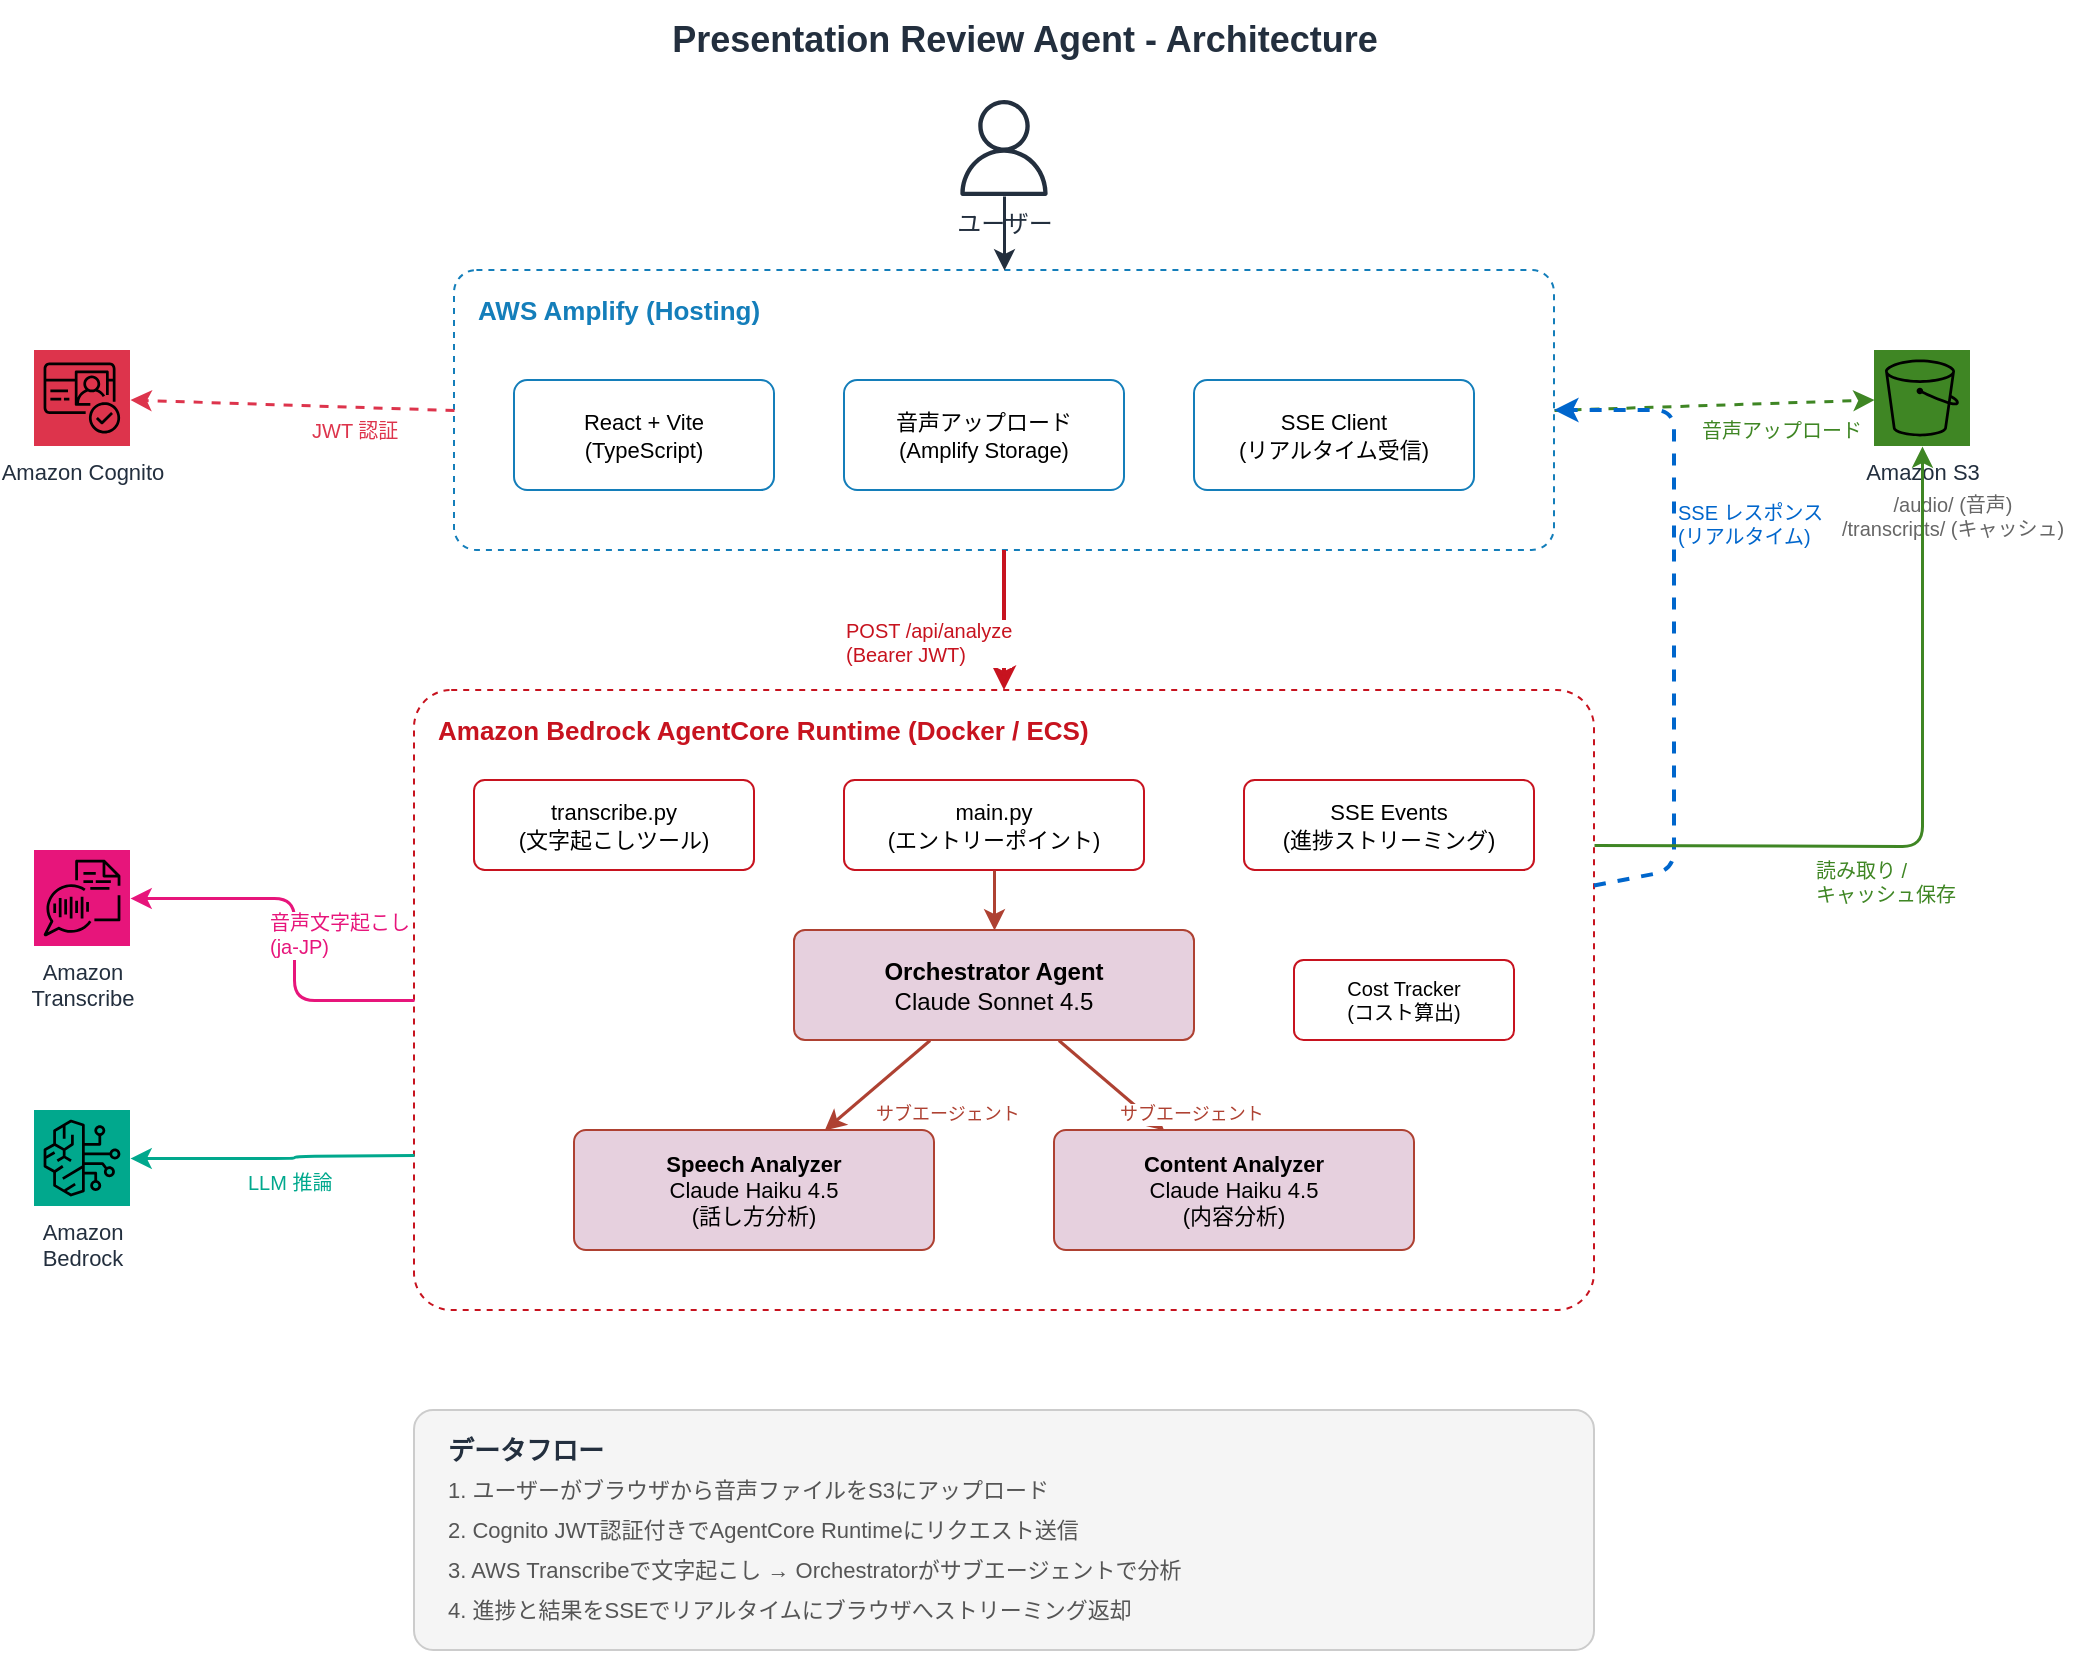
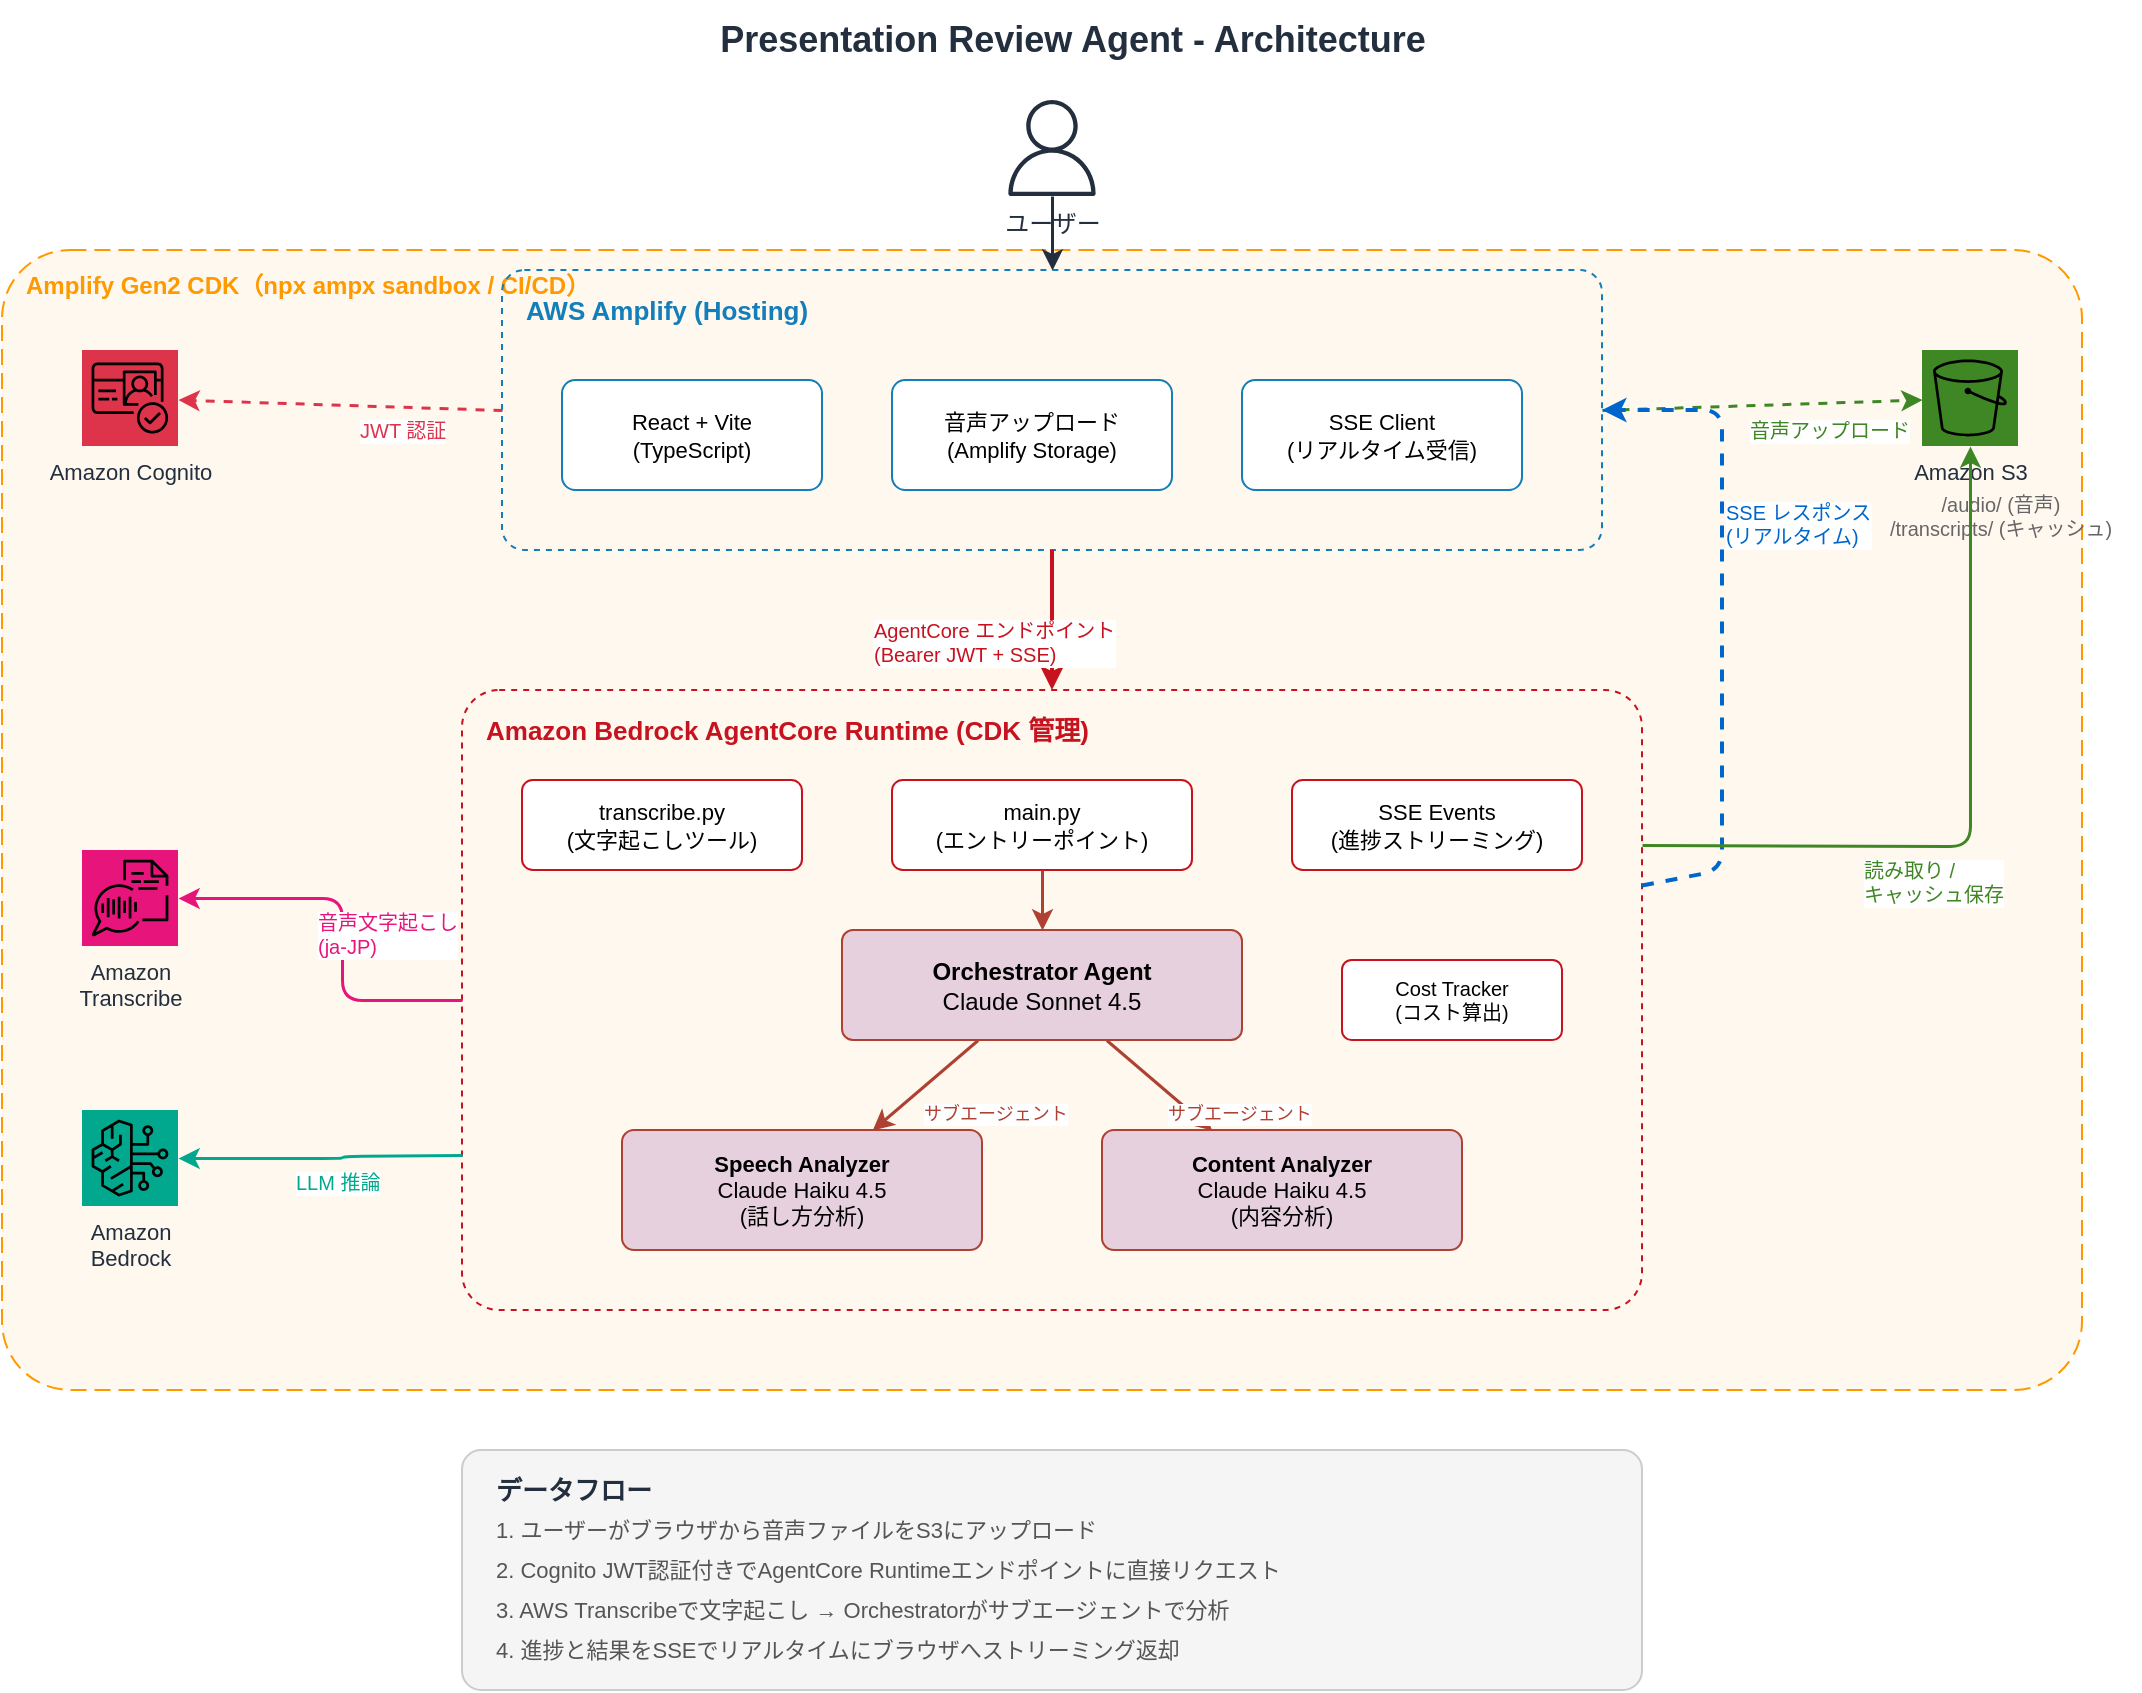
<mxfile host="app.diagrams.net" modified="2026-02-11" agent="Claude Code" version="24.0.0" type="device">
  <diagram id="architecture" name="Architecture">
    <mxGraphModel dx="1400" dy="900" grid="1" gridSize="10" guides="1" tooltips="1" connect="1" arrows="1" fold="1" page="1" pageScale="1" pageWidth="1400" pageHeight="1000" math="0" shadow="0">
      <root>
        <mxCell id="0"/>
        <mxCell id="1" parent="0"/>

        <!-- タイトル -->
        <mxCell id="title" value="Presentation Review Agent - Architecture" style="text;html=1;align=center;verticalAlign=middle;resizable=0;points=[];autosize=1;strokeColor=none;fillColor=none;fontSize=18;fontStyle=1;fontColor=#232F3E;" vertex="1" parent="1">
          <mxGeometry x="410" y="15" width="370" height="40" as="geometry"/>
        </mxCell>

        <!-- ユーザー -->
        <mxCell id="user" value="ユーザー" style="outlineConnect=0;fontColor=#232F3E;gradientColor=none;fillColor=#232F3E;strokeColor=none;dashed=0;verticalLabelPosition=bottom;verticalAlign=top;align=center;html=1;fontSize=12;fontStyle=0;aspect=fixed;pointerEvents=1;shape=mxgraph.aws4.user;" vertex="1" parent="1">
          <mxGeometry x="561" y="65" width="48" height="48" as="geometry"/>
        </mxCell>

+         <!-- ===== Amplify Gen2 CDK 管理範囲 ===== -->
+         <mxCell id="cdk-group" value="" style="points=[[0,0],[0.25,0],[0.5,0],[0.75,0],[1,0],[1,0.25],[1,0.5],[1,0.75],[1,1],[0.75,1],[0.5,1],[0.25,1],[0,1],[0,0.75],[0,0.5],[0,0.25]];outlineConnect=0;gradientColor=none;html=1;whiteSpace=wrap;fontSize=12;fontStyle=0;container=1;pointerEvents=0;collapsible=0;recursiveResize=0;strokeColor=#FF9900;fillColor=#FFF8EF;dashed=1;rounded=1;arcSize=6;dashPattern=8 4;" vertex="1" parent="1">
+           <mxGeometry x="60" y="140" width="1040" height="570" as="geometry"/>
+         </mxCell>
+         <mxCell id="cdk-label" value="Amplify Gen2 CDK（npx ampx sandbox / CI/CD）" style="text;html=1;align=left;verticalAlign=middle;resizable=0;points=[];autosize=1;strokeColor=none;fillColor=none;fontSize=12;fontStyle=1;fontColor=#FF9900;" vertex="1" parent="cdk-group">
+           <mxGeometry x="10" y="5" width="330" height="25" as="geometry"/>
+         </mxCell>
+ 
        <!-- ===== フロントエンド ===== -->
        <mxCell id="fe-group" value="" style="points=[[0,0],[0.25,0],[0.5,0],[0.75,0],[1,0],[1,0.25],[1,0.5],[1,0.75],[1,1],[0.75,1],[0.5,1],[0.25,1],[0,1],[0,0.75],[0,0.5],[0,0.25]];outlineConnect=0;gradientColor=none;html=1;whiteSpace=wrap;fontSize=12;fontStyle=0;container=1;pointerEvents=0;collapsible=0;recursiveResize=0;strokeColor=#147EBA;fillColor=none;dashed=1;rounded=1;arcSize=8;" vertex="1" parent="1">
          <mxGeometry x="310" y="150" width="550" height="140" as="geometry"/>
        </mxCell>
        <mxCell id="fe-label" value="AWS Amplify (Hosting)" style="text;html=1;align=left;verticalAlign=middle;resizable=0;points=[];autosize=1;strokeColor=none;fillColor=none;fontSize=13;fontStyle=1;fontColor=#147EBA;" vertex="1" parent="fe-group">
          <mxGeometry x="10" y="5" width="160" height="30" as="geometry"/>
        </mxCell>

        <mxCell id="fe-react" value="React + Vite&lt;br&gt;(TypeScript)" style="rounded=1;whiteSpace=wrap;html=1;fontSize=11;fillColor=#FFFFFF;strokeColor=#147EBA;arcSize=12;" vertex="1" parent="fe-group">
          <mxGeometry x="30" y="55" width="130" height="55" as="geometry"/>
        </mxCell>
        <mxCell id="fe-upload" value="音声アップロード&lt;br&gt;(Amplify Storage)" style="rounded=1;whiteSpace=wrap;html=1;fontSize=11;fillColor=#FFFFFF;strokeColor=#147EBA;arcSize=12;" vertex="1" parent="fe-group">
          <mxGeometry x="195" y="55" width="140" height="55" as="geometry"/>
        </mxCell>
        <mxCell id="fe-sse" value="SSE Client&lt;br&gt;(リアルタイム受信)" style="rounded=1;whiteSpace=wrap;html=1;fontSize=11;fillColor=#FFFFFF;strokeColor=#147EBA;arcSize=12;" vertex="1" parent="fe-group">
          <mxGeometry x="370" y="55" width="140" height="55" as="geometry"/>
        </mxCell>

        <!-- ===== AWS Services (左側) ===== -->
-         <!-- Cognito (色背景・白線アイコン) -->
+         <!-- Cognito -->
        <mxCell id="cognito" value="Amazon Cognito" style="outlineConnect=0;fontColor=#232F3E;gradientColor=none;fillColor=#DD344C;strokeColor=none;dashed=0;verticalLabelPosition=bottom;verticalAlign=top;align=center;html=1;fontSize=11;fontStyle=0;aspect=fixed;pointerEvents=1;shape=mxgraph.aws4.resourceIcon;resIcon=mxgraph.aws4.cognito;" vertex="1" parent="1">
          <mxGeometry x="100" y="190" width="48" height="48" as="geometry"/>
        </mxCell>

        <!-- ===== AWS Services (右側) ===== -->
-         <!-- S3 (色背景・白線アイコン) -->
+         <!-- S3 -->
        <mxCell id="s3" value="Amazon S3" style="outlineConnect=0;fontColor=#232F3E;gradientColor=none;fillColor=#3F8624;strokeColor=none;dashed=0;verticalLabelPosition=bottom;verticalAlign=top;align=center;html=1;fontSize=11;fontStyle=0;aspect=fixed;pointerEvents=1;shape=mxgraph.aws4.resourceIcon;resIcon=mxgraph.aws4.s3;" vertex="1" parent="1">
          <mxGeometry x="1020" y="190" width="48" height="48" as="geometry"/>
        </mxCell>
        <mxCell id="s3-desc" value="/audio/ (音声)&lt;br&gt;/transcripts/ (キャッシュ)" style="text;html=1;align=center;verticalAlign=top;resizable=0;points=[];autosize=1;strokeColor=none;fillColor=none;fontSize=10;fontColor=#666666;" vertex="1" parent="1">
          <mxGeometry x="989" y="255" width="140" height="40" as="geometry"/>
        </mxCell>

        <!-- ユーザー → フロントエンド -->
        <mxCell id="e-user-fe" style="rounded=1;orthogonalLoop=1;jettySize=auto;strokeColor=#232F3E;strokeWidth=1.5;exitX=0.5;exitY=1;exitDx=0;exitDy=0;" edge="1" parent="1" source="user" target="fe-group">
          <mxGeometry relative="1" as="geometry"/>
        </mxCell>

        <!-- フロントエンド → Cognito -->
        <mxCell id="e-fe-cognito" style="rounded=1;orthogonalLoop=1;jettySize=auto;strokeColor=#DD344C;strokeWidth=1.5;dashed=1;exitX=0;exitY=0.5;exitDx=0;exitDy=0;" edge="1" parent="1" source="fe-group" target="cognito">
          <mxGeometry relative="1" as="geometry"/>
        </mxCell>
        <mxCell id="e-fe-cognito-l" value="JWT 認証" style="edgeLabel;html=1;fontSize=10;fontColor=#DD344C;" vertex="1" connectable="0" parent="e-fe-cognito">
          <mxGeometry x="-0.1" relative="1" as="geometry"><mxPoint as="offset"/></mxGeometry>
        </mxCell>

        <!-- フロントエンド → S3 -->
        <mxCell id="e-fe-s3" style="rounded=1;orthogonalLoop=1;jettySize=auto;strokeColor=#3F8624;strokeWidth=1.5;dashed=1;exitX=1;exitY=0.5;exitDx=0;exitDy=0;" edge="1" parent="1" source="fe-group" target="s3">
          <mxGeometry relative="1" as="geometry"/>
        </mxCell>
        <mxCell id="e-fe-s3-l" value="音声アップロード" style="edgeLabel;html=1;fontSize=10;fontColor=#3F8624;" vertex="1" connectable="0" parent="e-fe-s3">
          <mxGeometry x="-0.1" relative="1" as="geometry"><mxPoint as="offset"/></mxGeometry>
        </mxCell>

        <!-- ===== バックエンド (AgentCore Runtime) ===== -->
        <mxCell id="be-group" value="" style="points=[[0,0],[0.25,0],[0.5,0],[0.75,0],[1,0],[1,0.25],[1,0.5],[1,0.75],[1,1],[0.75,1],[0.5,1],[0.25,1],[0,1],[0,0.75],[0,0.5],[0,0.25]];outlineConnect=0;gradientColor=none;html=1;whiteSpace=wrap;fontSize=12;fontStyle=0;container=1;pointerEvents=0;collapsible=0;recursiveResize=0;strokeColor=#C7131F;fillColor=none;dashed=1;rounded=1;arcSize=6;" vertex="1" parent="1">
          <mxGeometry x="290" y="360" width="590" height="310" as="geometry"/>
        </mxCell>
-         <mxCell id="be-label" value="Amazon Bedrock AgentCore Runtime (Docker / ECS)" style="text;html=1;align=left;verticalAlign=middle;resizable=0;points=[];autosize=1;strokeColor=none;fillColor=none;fontSize=13;fontStyle=1;fontColor=#C7131F;" vertex="1" parent="be-group">
-           <mxGeometry x="10" y="5" width="370" height="30" as="geometry"/>
+         <mxCell id="be-label" value="Amazon Bedrock AgentCore Runtime (CDK 管理)" style="text;html=1;align=left;verticalAlign=middle;resizable=0;points=[];autosize=1;strokeColor=none;fillColor=none;fontSize=13;fontStyle=1;fontColor=#C7131F;" vertex="1" parent="be-group">
+           <mxGeometry x="10" y="5" width="330" height="30" as="geometry"/>
        </mxCell>

        <!-- main.py -->
        <mxCell id="be-main" value="main.py&lt;br&gt;(エントリーポイント)" style="rounded=1;whiteSpace=wrap;html=1;fontSize=11;fillColor=#FFFFFF;strokeColor=#C7131F;arcSize=12;" vertex="1" parent="be-group">
          <mxGeometry x="215" y="45" width="150" height="45" as="geometry"/>
        </mxCell>

        <!-- SSE Events -->
        <mxCell id="sse-gen" value="SSE Events&lt;br&gt;(進捗ストリーミング)" style="rounded=1;whiteSpace=wrap;html=1;fontSize=11;fillColor=#FFFFFF;strokeColor=#C7131F;arcSize=12;" vertex="1" parent="be-group">
          <mxGeometry x="415" y="45" width="145" height="45" as="geometry"/>
        </mxCell>

        <!-- Orchestrator Agent -->
        <mxCell id="orchestrator" value="&lt;b&gt;Orchestrator Agent&lt;/b&gt;&lt;br&gt;Claude Sonnet 4.5" style="rounded=1;whiteSpace=wrap;html=1;fontSize=12;fillColor=#E6D0DE;strokeColor=#AE4132;arcSize=10;" vertex="1" parent="be-group">
          <mxGeometry x="190" y="120" width="200" height="55" as="geometry"/>
        </mxCell>

        <!-- Transcribe Tool -->
        <mxCell id="transcribe-tool" value="transcribe.py&lt;br&gt;(文字起こしツール)" style="rounded=1;whiteSpace=wrap;html=1;fontSize=11;fillColor=#FFFFFF;strokeColor=#C7131F;arcSize=12;" vertex="1" parent="be-group">
          <mxGeometry x="30" y="45" width="140" height="45" as="geometry"/>
        </mxCell>

        <!-- Speech Analyzer -->
        <mxCell id="speech" value="&lt;b&gt;Speech Analyzer&lt;/b&gt;&lt;br&gt;Claude Haiku 4.5&lt;br&gt;(話し方分析)" style="rounded=1;whiteSpace=wrap;html=1;fontSize=11;fillColor=#E6D0DE;strokeColor=#AE4132;arcSize=10;" vertex="1" parent="be-group">
          <mxGeometry x="80" y="220" width="180" height="60" as="geometry"/>
        </mxCell>

        <!-- Content Analyzer -->
        <mxCell id="content" value="&lt;b&gt;Content Analyzer&lt;/b&gt;&lt;br&gt;Claude Haiku 4.5&lt;br&gt;(内容分析)" style="rounded=1;whiteSpace=wrap;html=1;fontSize=11;fillColor=#E6D0DE;strokeColor=#AE4132;arcSize=10;" vertex="1" parent="be-group">
          <mxGeometry x="320" y="220" width="180" height="60" as="geometry"/>
        </mxCell>

        <!-- Cost Tracker -->
        <mxCell id="cost" value="Cost Tracker&lt;br&gt;(コスト算出)" style="rounded=1;whiteSpace=wrap;html=1;fontSize=10;fillColor=#FFFFFF;strokeColor=#C7131F;arcSize=12;" vertex="1" parent="be-group">
          <mxGeometry x="440" y="135" width="110" height="40" as="geometry"/>
        </mxCell>

        <!-- main → orchestrator -->
        <mxCell id="e-main-orch" style="rounded=1;orthogonalLoop=1;jettySize=auto;strokeColor=#AE4132;strokeWidth=1.5;" edge="1" parent="be-group" source="be-main" target="orchestrator">
          <mxGeometry relative="1" as="geometry"/>
        </mxCell>

        <!-- orchestrator → speech -->
        <mxCell id="e-orch-speech" style="rounded=1;orthogonalLoop=1;jettySize=auto;strokeColor=#AE4132;strokeWidth=1.5;" edge="1" parent="be-group" source="orchestrator" target="speech">
          <mxGeometry relative="1" as="geometry"/>
        </mxCell>
        <mxCell id="e-orch-speech-l" value="サブエージェント" style="edgeLabel;html=1;fontSize=9;fontColor=#AE4132;" vertex="1" connectable="0" parent="e-orch-speech">
          <mxGeometry x="0.1" relative="1" as="geometry"><mxPoint as="offset"/></mxGeometry>
        </mxCell>

        <!-- orchestrator → content -->
        <mxCell id="e-orch-content" style="rounded=1;orthogonalLoop=1;jettySize=auto;strokeColor=#AE4132;strokeWidth=1.5;" edge="1" parent="be-group" source="orchestrator" target="content">
          <mxGeometry relative="1" as="geometry"/>
        </mxCell>
        <mxCell id="e-orch-content-l" value="サブエージェント" style="edgeLabel;html=1;fontSize=9;fontColor=#AE4132;" vertex="1" connectable="0" parent="e-orch-content">
          <mxGeometry x="0.1" relative="1" as="geometry"><mxPoint as="offset"/></mxGeometry>
        </mxCell>

        <!-- フロントエンド → バックエンド -->
        <mxCell id="e-fe-be" style="rounded=1;orthogonalLoop=1;jettySize=auto;strokeColor=#C7131F;strokeWidth=2;exitX=0.5;exitY=1;exitDx=0;exitDy=0;entryX=0.5;entryY=0;entryDx=0;entryDy=0;" edge="1" parent="1" source="fe-group" target="be-group">
          <mxGeometry relative="1" as="geometry"/>
        </mxCell>
-         <mxCell id="e-fe-be-l" value="POST /api/analyze&lt;br&gt;(Bearer JWT)" style="edgeLabel;html=1;fontSize=10;fontColor=#C7131F;" vertex="1" connectable="0" parent="e-fe-be">
-           <mxGeometry x="-0.2" y="-1" relative="1" as="geometry"><mxPoint x="-80" as="offset"/></mxGeometry>
+         <mxCell id="e-fe-be-l" value="AgentCore エンドポイント&lt;br&gt;(Bearer JWT + SSE)" style="edgeLabel;html=1;fontSize=10;fontColor=#C7131F;" vertex="1" connectable="0" parent="e-fe-be">
+           <mxGeometry x="-0.2" y="-1" relative="1" as="geometry"><mxPoint x="-90" as="offset"/></mxGeometry>
        </mxCell>

        <!-- SSE → フロントエンド -->
        <mxCell id="e-sse-fe" style="rounded=1;orthogonalLoop=1;jettySize=auto;strokeColor=#0066CC;strokeWidth=2;dashed=1;" edge="1" parent="1" source="be-group" target="fe-group">
          <mxGeometry relative="1" as="geometry">
            <Array as="points">
              <mxPoint x="920" y="450"/>
              <mxPoint x="920" y="220"/>
            </Array>
          </mxGeometry>
        </mxCell>
        <mxCell id="e-sse-fe-l" value="SSE レスポンス&lt;br&gt;(リアルタイム)" style="edgeLabel;html=1;fontSize=10;fontColor=#0066CC;" vertex="1" connectable="0" parent="e-sse-fe">
          <mxGeometry x="0.4" relative="1" as="geometry"><mxPoint as="offset"/></mxGeometry>
        </mxCell>

        <!-- ===== 外部AWSサービス (下部) ===== -->
-         <!-- Transcribe (色背景・白線アイコン) -->
+         <!-- Transcribe -->
        <mxCell id="transcribe" value="Amazon&lt;br&gt;Transcribe" style="outlineConnect=0;fontColor=#232F3E;gradientColor=none;fillColor=#E7157B;strokeColor=none;dashed=0;verticalLabelPosition=bottom;verticalAlign=top;align=center;html=1;fontSize=11;fontStyle=0;aspect=fixed;pointerEvents=1;shape=mxgraph.aws4.resourceIcon;resIcon=mxgraph.aws4.transcribe;" vertex="1" parent="1">
          <mxGeometry x="100" y="440" width="48" height="48" as="geometry"/>
        </mxCell>

-         <!-- Bedrock (色背景・白線アイコン) -->
+         <!-- Bedrock -->
        <mxCell id="bedrock" value="Amazon&lt;br&gt;Bedrock" style="outlineConnect=0;fontColor=#232F3E;gradientColor=none;fillColor=#01A88D;strokeColor=none;dashed=0;verticalLabelPosition=bottom;verticalAlign=top;align=center;html=1;fontSize=11;fontStyle=0;aspect=fixed;pointerEvents=1;shape=mxgraph.aws4.resourceIcon;resIcon=mxgraph.aws4.bedrock;" vertex="1" parent="1">
          <mxGeometry x="100" y="570" width="48" height="48" as="geometry"/>
        </mxCell>

        <!-- バックエンド → Transcribe -->
        <mxCell id="e-be-transcribe" style="rounded=1;orthogonalLoop=1;jettySize=auto;strokeColor=#E7157B;strokeWidth=1.5;exitX=0;exitY=0.5;exitDx=0;exitDy=0;entryX=1;entryY=0.5;entryDx=0;entryDy=0;" edge="1" parent="1" source="be-group" target="transcribe">
          <mxGeometry relative="1" as="geometry">
            <Array as="points">
              <mxPoint x="230" y="515"/>
              <mxPoint x="230" y="464"/>
            </Array>
          </mxGeometry>
        </mxCell>
        <mxCell id="e-be-transcribe-l" value="音声文字起こし&lt;br&gt;(ja-JP)" style="edgeLabel;html=1;fontSize=10;fontColor=#E7157B;" vertex="1" connectable="0" parent="e-be-transcribe">
          <mxGeometry x="0.3" relative="1" as="geometry"><mxPoint as="offset"/></mxGeometry>
        </mxCell>

        <!-- バックエンド → Bedrock -->
        <mxCell id="e-be-bedrock" style="rounded=1;orthogonalLoop=1;jettySize=auto;strokeColor=#01A88D;strokeWidth=1.5;exitX=0;exitY=0.75;exitDx=0;exitDy=0;entryX=1;entryY=0.5;entryDx=0;entryDy=0;" edge="1" parent="1" source="be-group" target="bedrock">
          <mxGeometry relative="1" as="geometry">
            <Array as="points">
              <mxPoint x="230" y="593"/>
              <mxPoint x="230" y="594"/>
            </Array>
          </mxGeometry>
        </mxCell>
        <mxCell id="e-be-bedrock-l" value="LLM 推論" style="edgeLabel;html=1;fontSize=10;fontColor=#01A88D;" vertex="1" connectable="0" parent="e-be-bedrock">
          <mxGeometry x="0.2" relative="1" as="geometry"><mxPoint as="offset"/></mxGeometry>
        </mxCell>

        <!-- バックエンド → S3 -->
        <mxCell id="e-be-s3" style="rounded=1;orthogonalLoop=1;jettySize=auto;strokeColor=#3F8624;strokeWidth=1.5;exitX=1;exitY=0.25;exitDx=0;exitDy=0;entryX=0.5;entryY=1;entryDx=0;entryDy=0;" edge="1" parent="1" source="be-group" target="s3">
          <mxGeometry relative="1" as="geometry">
            <Array as="points">
              <mxPoint x="1044" y="438"/>
            </Array>
          </mxGeometry>
        </mxCell>
        <mxCell id="e-be-s3-l" value="読み取り /&lt;br&gt;キャッシュ保存" style="edgeLabel;html=1;fontSize=10;fontColor=#3F8624;" vertex="1" connectable="0" parent="e-be-s3">
          <mxGeometry x="-0.4" relative="1" as="geometry"><mxPoint as="offset"/></mxGeometry>
        </mxCell>

        <!-- ===== データフロー凡例 ===== -->
        <mxCell id="legend-box" value="" style="rounded=1;whiteSpace=wrap;html=1;fillColor=#F5F5F5;strokeColor=#CCCCCC;arcSize=8;" vertex="1" parent="1">
-           <mxGeometry x="290" y="720" width="590" height="120" as="geometry"/>
+           <mxGeometry x="290" y="740" width="590" height="120" as="geometry"/>
        </mxCell>
        <mxCell id="legend-title" value="データフロー" style="text;html=1;align=left;verticalAlign=middle;resizable=0;points=[];autosize=1;strokeColor=none;fillColor=none;fontSize=13;fontStyle=1;fontColor=#232F3E;" vertex="1" parent="1">
-           <mxGeometry x="305" y="725" width="100" height="30" as="geometry"/>
+           <mxGeometry x="305" y="745" width="100" height="30" as="geometry"/>
        </mxCell>
        <mxCell id="l1" value="1. ユーザーがブラウザから音声ファイルをS3にアップロード" style="text;html=1;align=left;verticalAlign=middle;resizable=0;points=[];autosize=1;strokeColor=none;fillColor=none;fontSize=11;fontColor=#555555;" vertex="1" parent="1">
-           <mxGeometry x="305" y="750" width="320" height="20" as="geometry"/>
-         </mxCell>
-         <mxCell id="l2" value="2. Cognito JWT認証付きでAgentCore Runtimeにリクエスト送信" style="text;html=1;align=left;verticalAlign=middle;resizable=0;points=[];autosize=1;strokeColor=none;fillColor=none;fontSize=11;fontColor=#555555;" vertex="1" parent="1">
-           <mxGeometry x="305" y="770" width="350" height="20" as="geometry"/>
+           <mxGeometry x="305" y="770" width="320" height="20" as="geometry"/>
+         </mxCell>
+         <mxCell id="l2" value="2. Cognito JWT認証付きでAgentCore Runtimeエンドポイントに直接リクエスト" style="text;html=1;align=left;verticalAlign=middle;resizable=0;points=[];autosize=1;strokeColor=none;fillColor=none;fontSize=11;fontColor=#555555;" vertex="1" parent="1">
+           <mxGeometry x="305" y="790" width="410" height="20" as="geometry"/>
        </mxCell>
        <mxCell id="l3" value="3. AWS Transcribeで文字起こし → Orchestratorがサブエージェントで分析" style="text;html=1;align=left;verticalAlign=middle;resizable=0;points=[];autosize=1;strokeColor=none;fillColor=none;fontSize=11;fontColor=#555555;" vertex="1" parent="1">
-           <mxGeometry x="305" y="790" width="400" height="20" as="geometry"/>
+           <mxGeometry x="305" y="810" width="400" height="20" as="geometry"/>
        </mxCell>
        <mxCell id="l4" value="4. 進捗と結果をSSEでリアルタイムにブラウザへストリーミング返却" style="text;html=1;align=left;verticalAlign=middle;resizable=0;points=[];autosize=1;strokeColor=none;fillColor=none;fontSize=11;fontColor=#555555;" vertex="1" parent="1">
-           <mxGeometry x="305" y="810" width="390" height="20" as="geometry"/>
+           <mxGeometry x="305" y="830" width="390" height="20" as="geometry"/>
        </mxCell>

      </root>
    </mxGraphModel>
  </diagram>
</mxfile>
